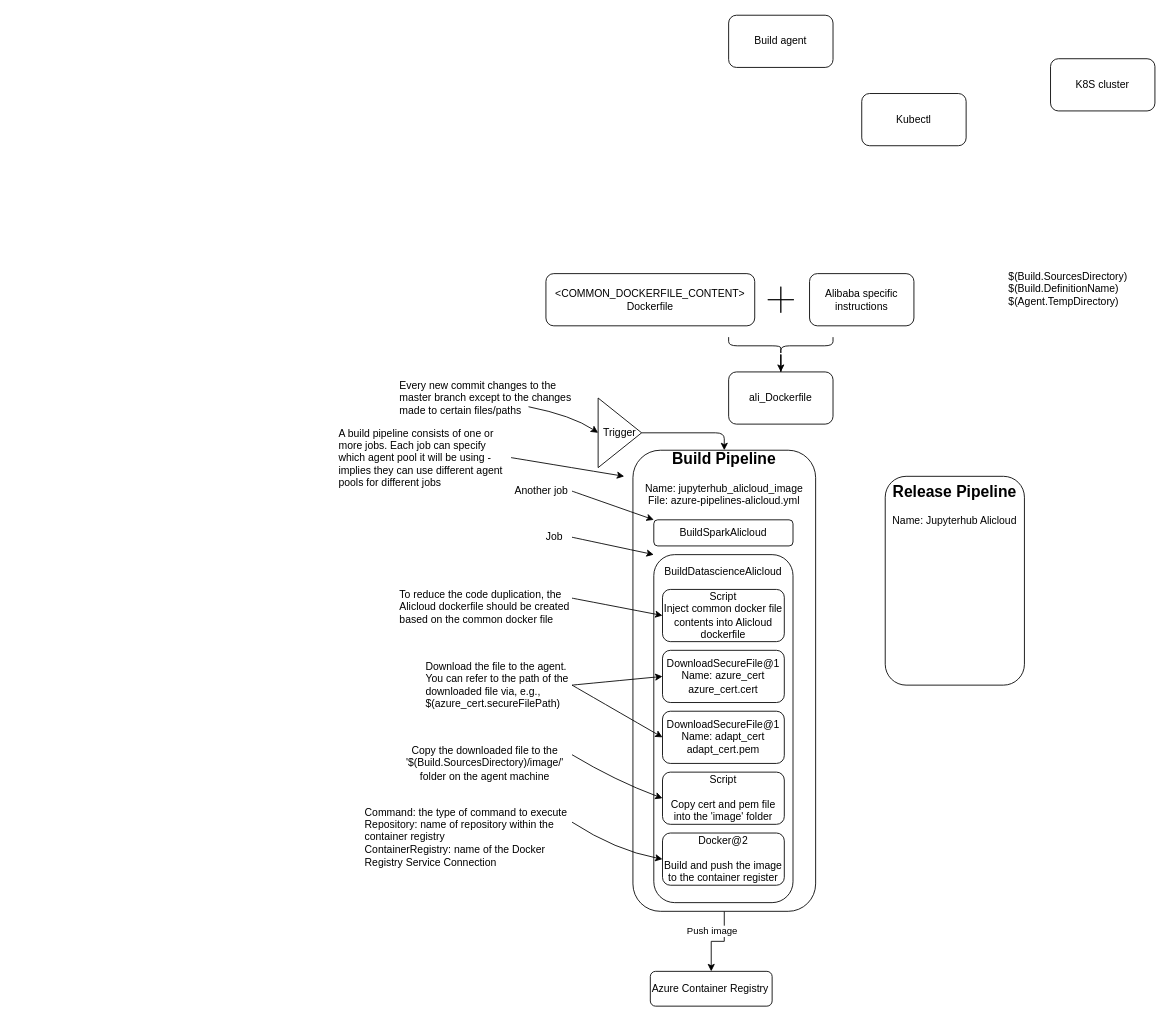
huangdgm/webstore-v2.0 keeps this draw.io diagram as azuredevops.drawio. Above is the earlier version. Source tidied: cells renumbered, new cells numbered last; positions are measured from the earlier drawing's top-left corner, leaving out a move shared by most shapes. Both pictures are drawn from the tidied source at 87%, with x=0, y=0 at pixel (337, 15).
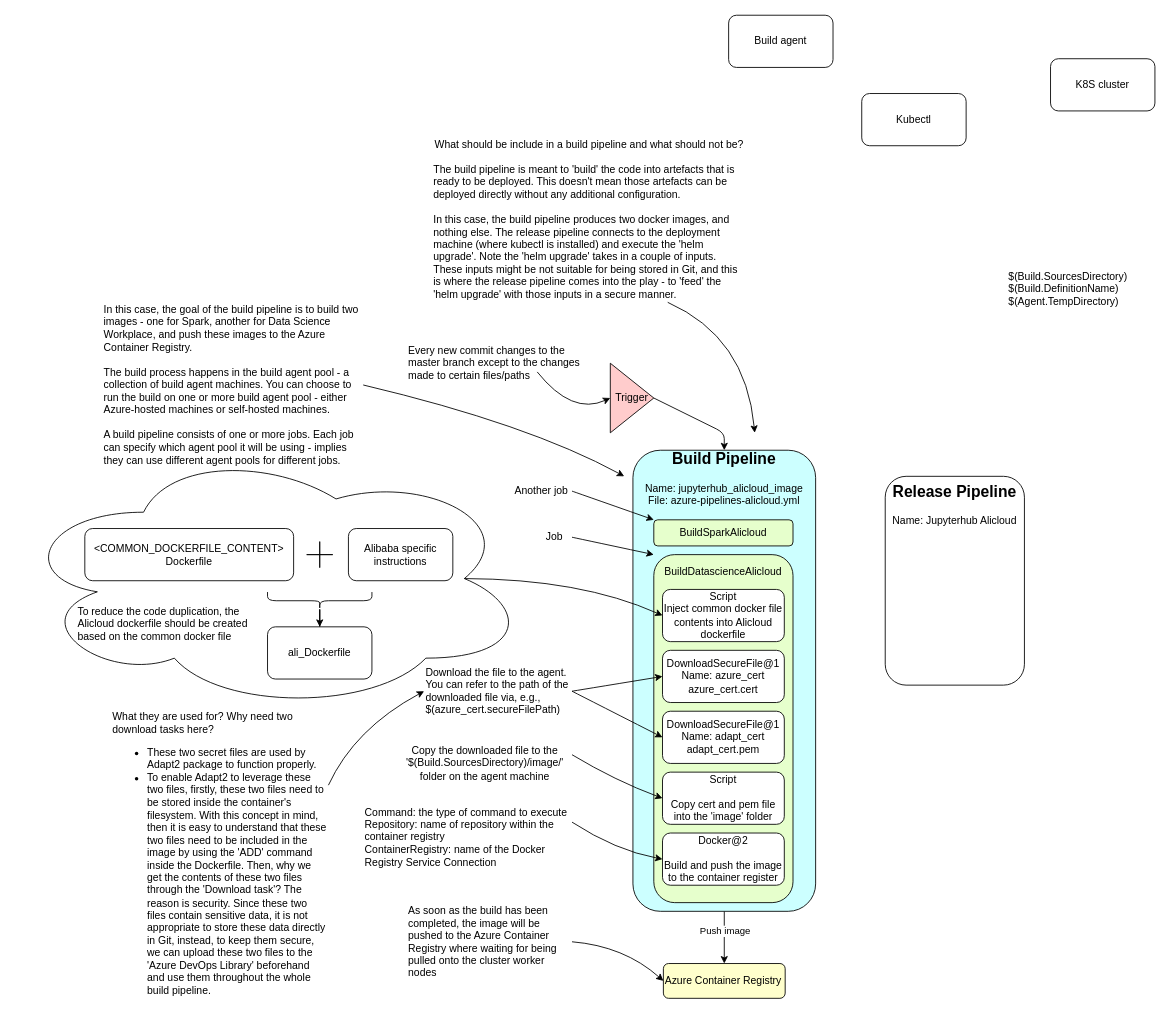
After the change.

The change refers to these unchanged cells:
```xml
<mxCell id="22" value="Script&lt;br&gt;Inject common docker file contents into Alicloud dockerfile" style="rounded=1;whiteSpace=wrap;html=1;" parent="1" vertex="1">
  <mxGeometry x="374" y="660" width="140" height="60" as="geometry" />
</mxCell>
```

What changed in the source:
```diff
@@
+    <mxCell id="46" style="ellipse;shape=cloud;whiteSpace=wrap;html=1;" parent="1" vertex="1">
+      <mxGeometry x="-370" y="495" width="590" height="305" as="geometry" />
+    </mxCell>
     <mxCell id="2" value="&amp;lt;COMMON_DOCKERFILE_CONTENT&amp;gt;&lt;br&gt;Dockerfile" style="rounded=1;whiteSpace=wrap;html=1;" parent="1" vertex="1">
-      <mxGeometry x="240" y="297" width="240" height="60" as="geometry" />
+      <mxGeometry x="-290" y="590" width="240" height="60" as="geometry" />
     </mxCell>
     <mxCell id="3" value="Alibaba specific instructions" style="rounded=1;whiteSpace=wrap;html=1;" parent="1" vertex="1">
-      <mxGeometry x="543" y="297" width="120" height="60" as="geometry" />
+      <mxGeometry x="13" y="590" width="120" height="60" as="geometry" />
     </mxCell>
     <mxCell id="4" style="shape=cross;whiteSpace=wrap;html=1;size=0;" parent="1" vertex="1">
-      <mxGeometry x="495" y="312" width="30" height="30" as="geometry" />
+      <mxGeometry x="-35" y="605" width="30" height="30" as="geometry" />
     </mxCell>
@@
     <mxCell id="6" style="shape=curlyBracket;whiteSpace=wrap;html=1;rounded=1;flipH=1;rotation=90;" parent="1" vertex="1">
-      <mxGeometry x="500" y="320" width="20" height="120" as="geometry" />
+      <mxGeometry x="-30" y="613" width="20" height="120" as="geometry" />
     </mxCell>
     <mxCell id="7" value="ali_Dockerfile" style="whiteSpace=wrap;html=1;rounded=1;" parent="1" vertex="1">
-      <mxGeometry x="450" y="410" width="120" height="60" as="geometry" />
+      <mxGeometry x="-80" y="703" width="120" height="60" as="geometry" />
     </mxCell>
@@
-    <mxCell id="10" style="rounded=1;whiteSpace=wrap;html=1;" parent="1" vertex="1">
+    <mxCell id="10" style="rounded=1;whiteSpace=wrap;html=1;fillColor=#CCFFFF;" parent="1" vertex="1">
       <mxGeometry x="340" y="500" width="210" height="530" as="geometry" />
     </mxCell>
@@
-    <mxCell id="17" value="Azure Container Registry" style="rounded=1;whiteSpace=wrap;html=1;align=left;" parent="1" vertex="1">
-      <mxGeometry x="360" y="1099" width="140" height="40" as="geometry" />
+    <mxCell id="17" value="Azure Container Registry" style="rounded=1;whiteSpace=wrap;html=1;align=left;fillColor=#FFFFCC;" parent="1" vertex="1">
+      <mxGeometry x="375" y="1090" width="140" height="40" as="geometry" />
     </mxCell>
@@
-    <mxCell id="19" value="BuildSparkAlicloud" style="rounded=1;whiteSpace=wrap;html=1;" parent="1" vertex="1">
+    <mxCell id="19" value="BuildSparkAlicloud" style="rounded=1;whiteSpace=wrap;html=1;fillColor=#E6FFCC;" parent="1" vertex="1">
       <mxGeometry x="364" y="580" width="160" height="30" as="geometry" />
     </mxCell>
-    <mxCell id="20" style="rounded=1;whiteSpace=wrap;html=1;" parent="1" vertex="1">
+    <mxCell id="20" style="rounded=1;whiteSpace=wrap;html=1;fillColor=#E6FFCC;" parent="1" vertex="1">
       <mxGeometry x="364" y="620" width="160" height="400" as="geometry" />
     </mxCell>
@@
     <mxCell id="27" value="Download the file to the agent. You can refer to the path of the downloaded file via, e.g., $(azure_cert.secureFilePath)" style="text;html=1;strokeColor=none;fillColor=none;align=left;verticalAlign=middle;whiteSpace=wrap;rounded=0;" parent="1" vertex="1">
-      <mxGeometry x="100" y="740" width="170" height="60" as="geometry" />
+      <mxGeometry x="100" y="747" width="170" height="60" as="geometry" />
     </mxCell>
@@
-    <mxCell id="32" value="Trigger" style="triangle;whiteSpace=wrap;html=1;" parent="1" vertex="1">
-      <mxGeometry x="300" y="440" width="50" height="80" as="geometry" />
+    <mxCell id="32" value="Trigger" style="triangle;whiteSpace=wrap;html=1;fillColor=#FFCCCC;" parent="1" vertex="1">
+      <mxGeometry x="314" y="400" width="50" height="80" as="geometry" />
     </mxCell>
@@
     <mxCell id="36" value="To reduce the code duplication, the Alicloud dockerfile should be created based on the common docker file" style="text;html=1;strokeColor=none;fillColor=none;align=left;verticalAlign=middle;whiteSpace=wrap;rounded=0;" parent="1" vertex="1">
-      <mxGeometry x="70" y="660" width="200" height="40" as="geometry" />
+      <mxGeometry x="-300" y="680" width="200" height="40" as="geometry" />
     </mxCell>
-    <mxCell id="37" style="curved=1;endArrow=classic;html=1;exitX=1;exitY=0.25;exitDx=0;exitDy=0;entryX=0;entryY=0.5;entryDx=0;entryDy=0;" parent="1" edge="1" source="36" target="22">
-      <mxGeometry relative="1" as="geometry" />
+    <mxCell id="37" style="curved=1;endArrow=classic;html=1;exitX=0.875;exitY=0.5;exitDx=0;exitDy=0;entryX=0;entryY=0.5;entryDx=0;entryDy=0;exitPerimeter=0;" parent="1" edge="1" source="46" target="22">
+      <mxGeometry relative="1" as="geometry">
+        <Array as="points">
+          <mxPoint x="280" y="648" />
+        </Array>
+      </mxGeometry>
     </mxCell>
@@
     <mxCell id="42" value="Every new commit changes to the master branch except to the changes made to certain files/paths" style="text;html=1;strokeColor=none;fillColor=none;align=left;verticalAlign=middle;whiteSpace=wrap;rounded=0;" parent="1" vertex="1">
-      <mxGeometry x="70" y="430" width="200" height="20" as="geometry" />
+      <mxGeometry x="80" y="390" width="200" height="20" as="geometry" />
     </mxCell>
@@
-    <mxCell id="44" value="A build pipeline consists of one or more jobs. Each job can specify which agent pool it will be using - implies they can use different agent pools for different jobs" style="text;html=1;strokeColor=none;fillColor=none;align=left;verticalAlign=middle;whiteSpace=wrap;rounded=0;" parent="1" vertex="1">
-      <mxGeometry y="477" width="200" height="63" as="geometry" />
+    <mxCell id="44" value="In this case, the goal of the build pipeline is to build two images - one for Spark, another for Data Science Workplace, and push these images to the Azure Container Registry.&lt;br&gt;&lt;br&gt;The build process happens in the build agent pool - a collection of build agent machines. You can choose to run the build on one or more build agent pool - either Azure-hosted machines or self-hosted machines.&lt;br&gt;&lt;br&gt;A build pipeline consists of one or more jobs. Each job can specify which agent pool it will be using - implies they can use different agent pools for different jobs." style="text;html=1;strokeColor=none;fillColor=none;align=left;verticalAlign=middle;whiteSpace=wrap;rounded=0;" parent="1" vertex="1">
+      <mxGeometry x="-270" y="330" width="300" height="190" as="geometry" />
     </mxCell>
     <mxCell id="45" style="curved=1;endArrow=classic;html=1;exitX=1;exitY=0.5;exitDx=0;exitDy=0;" parent="1" edge="1" source="44">
       <mxGeometry relative="1" as="geometry">
         <mxPoint x="330" y="530" as="targetPoint" />
+        <Array as="points">
+          <mxPoint x="220" y="470" />
+        </Array>
       </mxGeometry>
     </mxCell>
+    <mxCell id="47" value="As soon as the build has been completed, the image will be pushed to the Azure Container Registry where waiting for being pulled onto the cluster worker nodes" style="text;html=1;strokeColor=none;fillColor=none;align=left;verticalAlign=middle;whiteSpace=wrap;rounded=0;" parent="1" vertex="1">
+      <mxGeometry x="80" y="1020" width="190" height="90" as="geometry" />
+    </mxCell>
+    <mxCell id="48" style="curved=1;endArrow=classic;html=1;exitX=1;exitY=0.5;exitDx=0;exitDy=0;entryX=0;entryY=0.5;entryDx=0;entryDy=0;" parent="1" edge="1" source="47" target="17">
+      <mxGeometry relative="1" as="geometry">
+        <Array as="points">
+          <mxPoint x="330" y="1070" />
+        </Array>
+      </mxGeometry>
+    </mxCell>
+    <mxCell id="49" value="What they are used for? Why need two download tasks here?&lt;br&gt;&lt;ul&gt;&lt;li&gt;&lt;span&gt;These two secret files are used by Adapt2 package to function properly.&lt;/span&gt;&lt;/li&gt;&lt;li&gt;To enable Adapt2 to leverage these two files, firstly, these two files need to be stored inside the container's filesystem. With this concept in mind, then it is easy to understand that these two files need to be included in the image by using the 'ADD' command inside the Dockerfile. Then, why we get the contents of these two files through the 'Download task'? The reason is security. Since these two files contain sensitive data, it is not appropriate to store these data directly in Git, instead, to keep them secure, we can upload these two files to the 'Azure DevOps Library' beforehand and use them throughout the whole build pipeline.&lt;/li&gt;&lt;/ul&gt;" style="text;html=1;strokeColor=none;fillColor=none;align=left;verticalAlign=middle;whiteSpace=wrap;rounded=0;" parent="1" vertex="1">
+      <mxGeometry x="-260" y="800" width="250" height="340" as="geometry" />
+    </mxCell>
+    <mxCell id="50" style="curved=1;endArrow=classic;html=1;exitX=1;exitY=0.25;exitDx=0;exitDy=0;entryX=0;entryY=0.5;entryDx=0;entryDy=0;" parent="1" edge="1" source="49" target="27">
+      <mxGeometry relative="1" as="geometry">
+        <Array as="points">
+          <mxPoint x="20" y="820" />
+        </Array>
+      </mxGeometry>
+    </mxCell>
+    <mxCell id="51" value="What should be include in a build pipeline and what should not be?&lt;br&gt;&lt;br&gt;&lt;div style=&quot;text-align: left&quot;&gt;&lt;span&gt;The build pipeline is meant to 'build' the code into artefacts that is ready to be deployed. This doesn't mean those artefacts can be deployed directly without any additional configuration.&lt;/span&gt;&lt;/div&gt;&lt;div style=&quot;text-align: left&quot;&gt;&lt;span&gt;&lt;br&gt;&lt;/span&gt;&lt;/div&gt;&lt;div style=&quot;text-align: left&quot;&gt;&lt;span&gt;In this case, the build pipeline produces two docker images, and nothing else. The release pipeline connects to the deployment machine (where kubectl is installed) and execute the 'helm upgrade'. Note the 'helm upgrade' takes in a couple of inputs. These inputs might be not suitable for being stored in Git, and this is where the release pipeline comes into the play - to 'feed' the 'helm upgrade' with those inputs in a secure manner.&lt;/span&gt;&lt;/div&gt;" style="text;html=1;strokeColor=none;fillColor=none;align=center;verticalAlign=middle;whiteSpace=wrap;rounded=0;" parent="1" vertex="1">
+      <mxGeometry x="110" y="140" width="360" height="190" as="geometry" />
+    </mxCell>
+    <mxCell id="52" style="curved=1;endArrow=classic;html=1;exitX=0.75;exitY=1;exitDx=0;exitDy=0;" parent="1" edge="1" source="51">
+      <mxGeometry relative="1" as="geometry">
+        <mxPoint x="480" y="480" as="targetPoint" />
+        <Array as="points">
+          <mxPoint x="470" y="370" />
+        </Array>
+      </mxGeometry>
+    </mxCell>
```
